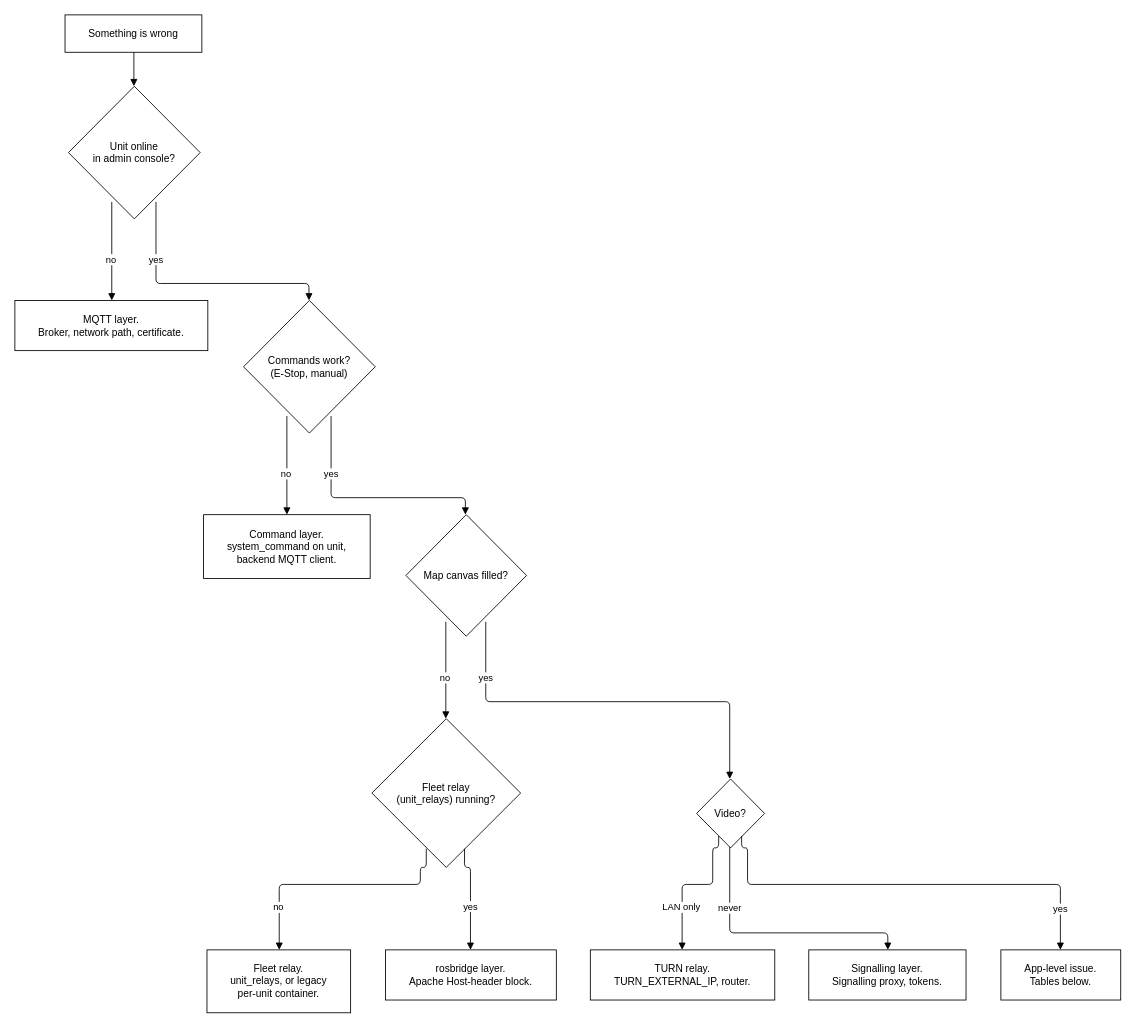
Earlier version of the draw.io diagram docs/setup/diagrams/troubleshooting-start-here-which-layer-is-broken.drawio (itbdelaboprogramming/msd700_documentation). Source tidied: cells renumbered, new cells numbered last; positions are measured from the earlier drawing's top-left corner, leaving out a move shared by most shapes. Both pictures are drawn from the tidied source at 85%, with x=0, y=0 at pixel (14, 14).
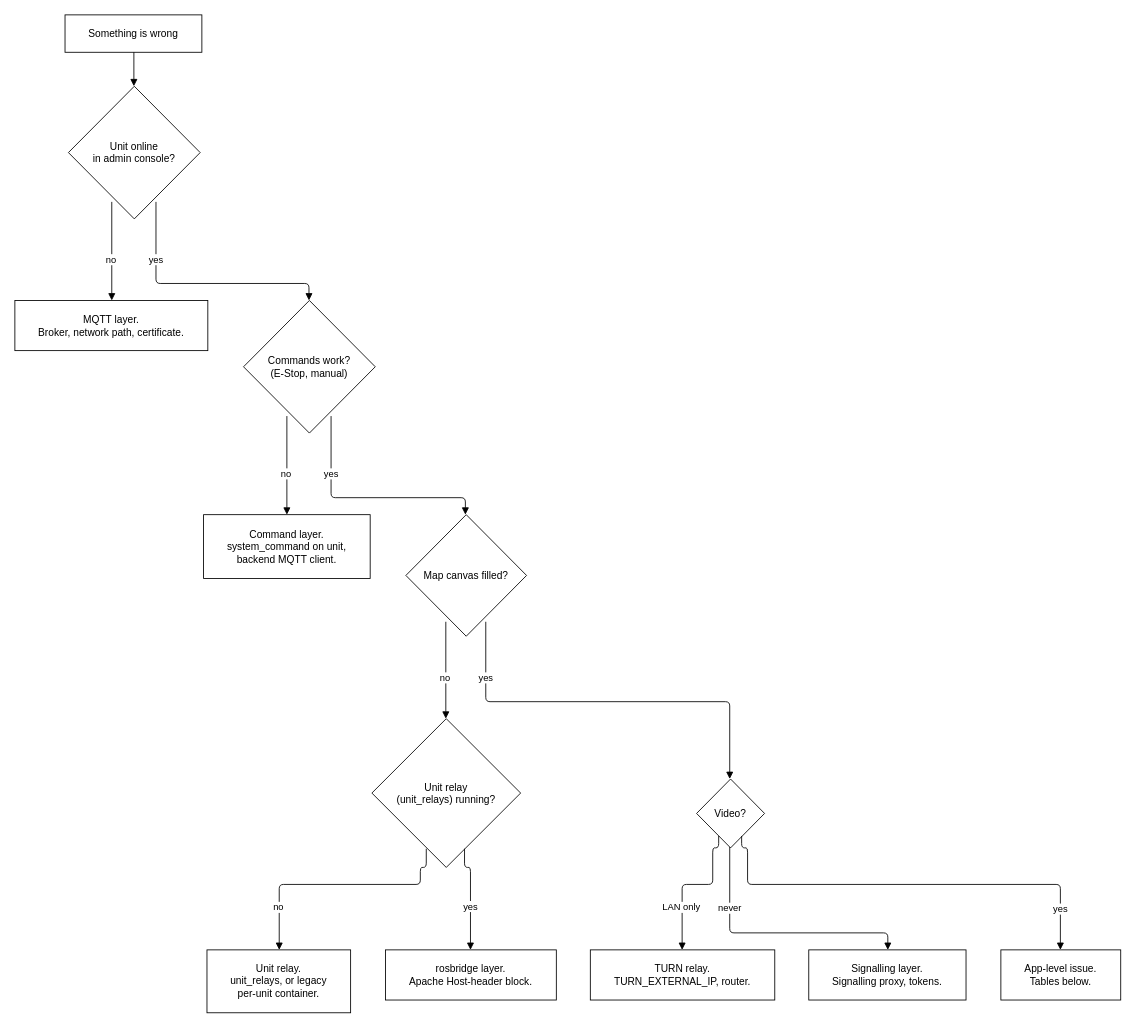
Above is the later version.

Change to the diagram source:
```diff
@@
-    <mxCell id="8" value="Fleet relay&lt;br&gt;(unit_relays) running?" style="html=1;whiteSpace=wrap;fillColor=#ffffff;strokeColor=#000000;rhombus;fontFamily=Helvetica;fontSize=12;fontColor=#000000;" parent="1" vertex="1">
+    <mxCell id="8" value="Unit relay&lt;br&gt;(unit_relays) running?" style="html=1;whiteSpace=wrap;fillColor=#ffffff;strokeColor=#000000;rhombus;fontFamily=Helvetica;fontSize=12;fontColor=#000000;" parent="1" vertex="1">
       <mxGeometry x="420" y="828" width="175" height="175" as="geometry" />
     </mxCell>
-    <mxCell id="9" value="Fleet relay.&lt;br&gt;unit_relays, or legacy&lt;br&gt;per-unit container." style="html=1;whiteSpace=wrap;fillColor=#ffffff;strokeColor=#000000;rounded=0;fontFamily=Helvetica;fontSize=12;fontColor=#000000;" parent="1" vertex="1">
+    <mxCell id="9" value="Unit relay.&lt;br&gt;unit_relays, or legacy&lt;br&gt;per-unit container." style="html=1;whiteSpace=wrap;fillColor=#ffffff;strokeColor=#000000;rounded=0;fontFamily=Helvetica;fontSize=12;fontColor=#000000;" parent="1" vertex="1">
       <mxGeometry x="226" y="1100" width="169" height="74" as="geometry" />
     </mxCell>
```
